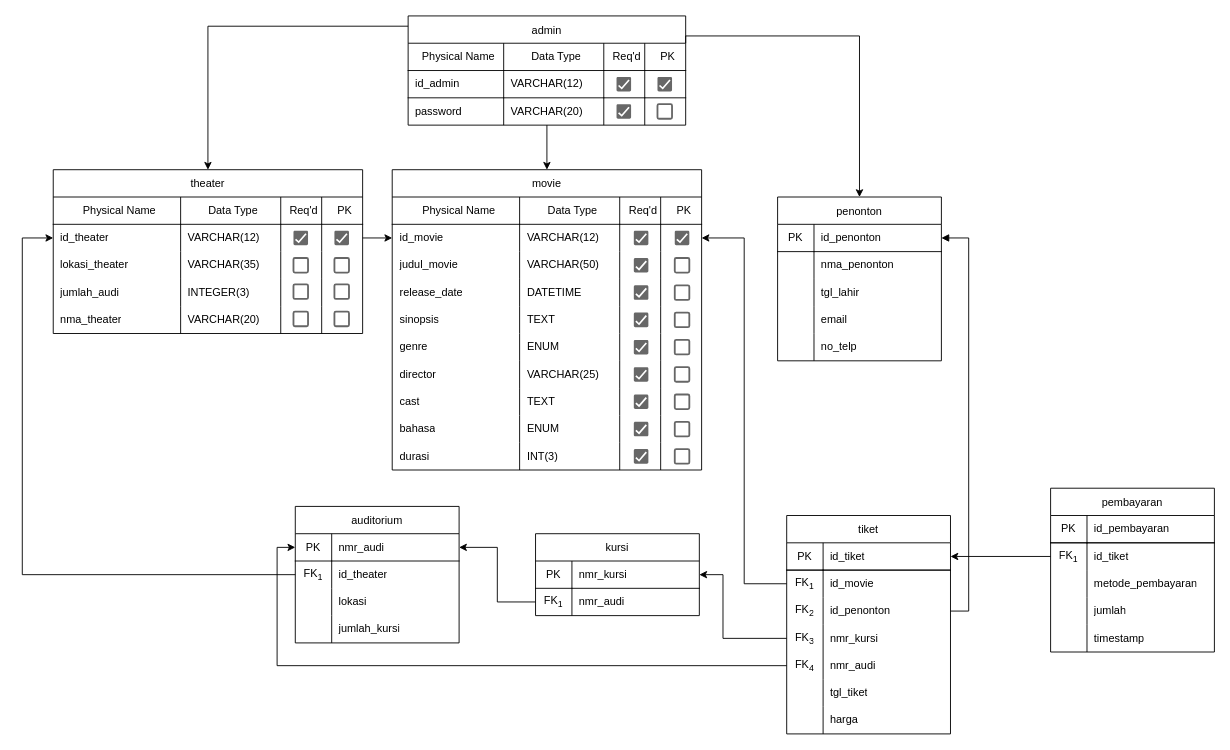
Earlier version of the draw.io diagram movie_pdm.drawio (vinnnna/sistem-basis-data). Source tidied: cells renumbered, new cells numbered last; positions are measured from the earlier drawing's top-left corner, leaving out a move shared by most shapes. Both pictures are drawn from the tidied source at 91%, with x=0, y=0 at pixel (22, 15).
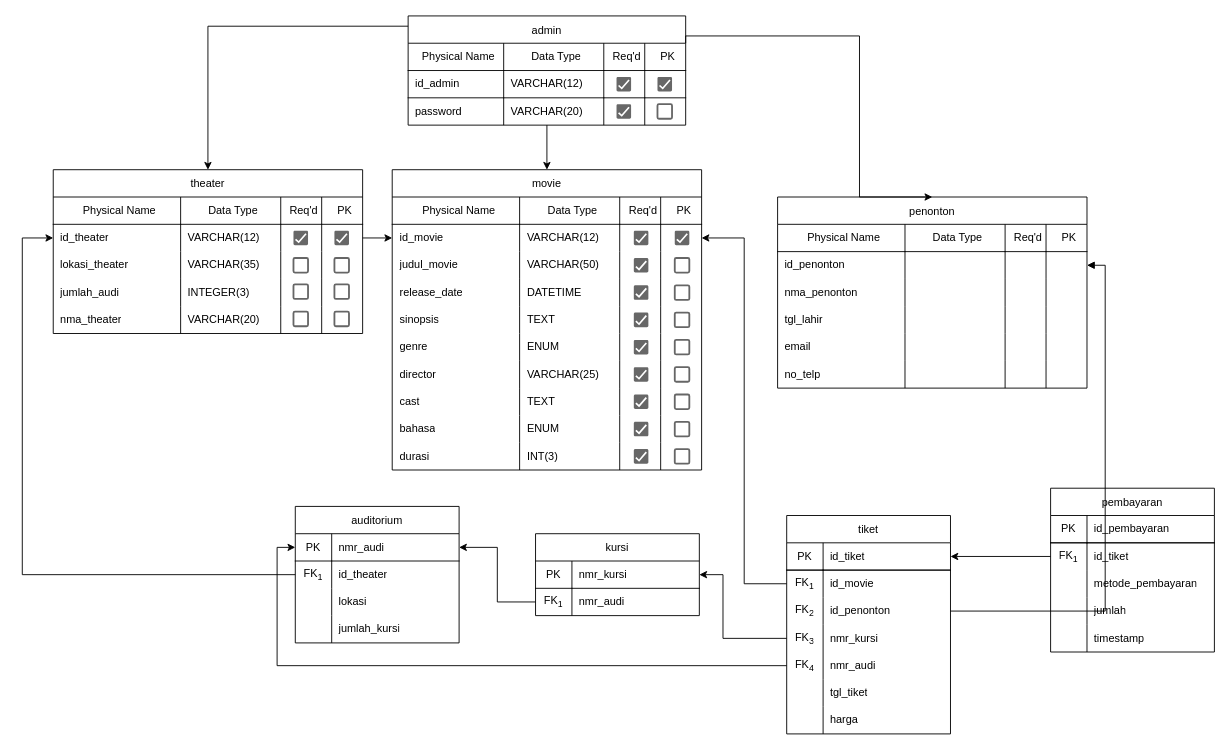
After the change.

The edit, as a diff of the source:
```diff
@@
     <mxCell id="117" value="penonton" style="shape=table;startSize=30;childLayout=tableLayout;rowLines=0;fontStyle=0;strokeColor=default;fontSize=12;" parent="1" vertex="1">
-      <mxGeometry x="830" y="199" width="180" height="180" as="geometry" />
+      <mxGeometry x="830" y="199" width="340" height="210" as="geometry" />
     </mxCell>
+    <mxCell id="210" style="shape=tableRow;horizontal=0;startSize=0;swimlaneHead=0;swimlaneBody=0;top=0;left=0;bottom=0;right=0;fillColor=none;strokeColor=inherit;fontSize=12;" parent="117" vertex="1">
+      <mxGeometry y="30" width="340" height="30" as="geometry" />
+    </mxCell>
+    <mxCell id="211" value="Physical Name" style="shape=partialRectangle;html=1;whiteSpace=wrap;fillColor=none;top=0;left=0;bottom=1;right=0;align=center;spacingLeft=6;overflow=hidden;strokeColor=inherit;fontSize=12;strokeWidth=1;" parent="210" vertex="1">
+      <mxGeometry width="140" height="30" as="geometry" />
+    </mxCell>
+    <mxCell id="212" value="Data Type" style="shape=partialRectangle;html=1;whiteSpace=wrap;fillColor=none;top=0;left=0;bottom=1;right=0;align=center;spacingLeft=6;overflow=hidden;strokeColor=inherit;fontSize=12;strokeWidth=1;" parent="210" vertex="1">
+      <mxGeometry x="140" width="110" height="30" as="geometry" />
+    </mxCell>
+    <mxCell id="213" value="Req'd" style="shape=partialRectangle;html=1;whiteSpace=wrap;fillColor=none;top=0;left=0;bottom=1;right=0;align=center;spacingLeft=6;overflow=hidden;strokeColor=inherit;fontSize=12;strokeWidth=1;" parent="210" vertex="1">
+      <mxGeometry x="250" width="45" height="30" as="geometry" />
+    </mxCell>
+    <mxCell id="119" value="PK" style="shape=partialRectangle;html=1;whiteSpace=wrap;fillColor=none;top=0;left=0;bottom=1;right=0;align=center;spacingLeft=6;overflow=hidden;strokeColor=inherit;fontSize=12;strokeWidth=1;" parent="210" vertex="1">
+      <mxGeometry x="295" width="45" height="30" as="geometry" />
+    </mxCell>
     <mxCell id="118" style="shape=tableRow;horizontal=0;startSize=0;swimlaneHead=0;swimlaneBody=0;top=0;left=0;bottom=0;right=0;fillColor=none;points=[[0,0.5],[1,0.5]];portConstraint=eastwest;strokeColor=inherit;fontSize=12;" parent="117" vertex="1">
-      <mxGeometry y="30" width="180" height="30" as="geometry" />
+      <mxGeometry y="60" width="340" height="30" as="geometry" />
     </mxCell>
-    <mxCell id="119" value="PK" style="shape=partialRectangle;html=1;whiteSpace=wrap;fillColor=none;top=0;left=0;bottom=1;right=0;overflow=hidden;strokeColor=inherit;fontSize=12;" parent="118" vertex="1">
-      <mxGeometry width="40" height="30" as="geometry" />
-    </mxCell>
-    <mxCell id="120" value="id_penonton" style="shape=partialRectangle;html=1;whiteSpace=wrap;fillColor=none;top=0;left=0;bottom=1;right=0;align=left;spacingLeft=6;overflow=hidden;strokeColor=inherit;fontSize=12;strokeWidth=1;" parent="118" vertex="1">
-      <mxGeometry x="40" width="140" height="30" as="geometry" />
+    <mxCell id="120" value="id_penonton" style="shape=partialRectangle;html=1;whiteSpace=wrap;fillColor=none;top=0;left=0;bottom=0;right=0;align=left;spacingLeft=6;overflow=hidden;strokeColor=inherit;fontSize=12;strokeWidth=1;" parent="118" vertex="1">
+      <mxGeometry width="140" height="30" as="geometry" />
     </mxCell>
+    <mxCell id="214" style="shape=partialRectangle;html=1;whiteSpace=wrap;fillColor=none;top=0;left=0;bottom=0;right=0;align=left;spacingLeft=6;overflow=hidden;strokeColor=inherit;fontSize=12;strokeWidth=1;" parent="118" vertex="1">
+      <mxGeometry x="140" width="110" height="30" as="geometry" />
+    </mxCell>
+    <mxCell id="215" style="shape=partialRectangle;html=1;whiteSpace=wrap;fillColor=none;top=0;left=0;bottom=0;right=0;align=left;spacingLeft=6;overflow=hidden;strokeColor=inherit;fontSize=12;strokeWidth=1;" parent="118" vertex="1">
+      <mxGeometry x="250" width="45" height="30" as="geometry" />
+    </mxCell>
+    <mxCell id="216" style="shape=partialRectangle;html=1;whiteSpace=wrap;fillColor=none;top=0;left=0;bottom=0;right=0;align=left;spacingLeft=6;overflow=hidden;strokeColor=inherit;fontSize=12;strokeWidth=1;" parent="118" vertex="1">
+      <mxGeometry x="295" width="45" height="30" as="geometry" />
+    </mxCell>
     <mxCell id="121" style="shape=tableRow;horizontal=0;startSize=0;swimlaneHead=0;swimlaneBody=0;top=0;left=0;bottom=0;right=0;fillColor=none;strokeColor=inherit;fontSize=12;" parent="117" vertex="1">
-      <mxGeometry y="60" width="180" height="30" as="geometry" />
+      <mxGeometry y="90" width="340" height="30" as="geometry" />
     </mxCell>
-    <mxCell id="122" style="shape=partialRectangle;html=1;whiteSpace=wrap;fillColor=none;top=0;left=0;bottom=0;right=0;overflow=hidden;strokeColor=inherit;fontSize=12;" parent="121" vertex="1">
-      <mxGeometry width="40" height="30" as="geometry" />
-    </mxCell>
     <mxCell id="123" value="nma_penonton" style="shape=partialRectangle;html=1;whiteSpace=wrap;fillColor=none;top=0;left=0;bottom=0;right=0;align=left;spacingLeft=6;overflow=hidden;strokeColor=inherit;fontSize=12;" parent="121" vertex="1">
-      <mxGeometry x="40" width="140" height="30" as="geometry" />
+      <mxGeometry width="140" height="30" as="geometry" />
     </mxCell>
+    <mxCell id="217" style="shape=partialRectangle;html=1;whiteSpace=wrap;fillColor=none;top=0;left=0;bottom=0;right=0;align=left;spacingLeft=6;overflow=hidden;strokeColor=inherit;fontSize=12;" parent="121" vertex="1">
+      <mxGeometry x="140" width="110" height="30" as="geometry" />
+    </mxCell>
+    <mxCell id="218" style="shape=partialRectangle;html=1;whiteSpace=wrap;fillColor=none;top=0;left=0;bottom=0;right=0;align=left;spacingLeft=6;overflow=hidden;strokeColor=inherit;fontSize=12;" parent="121" vertex="1">
+      <mxGeometry x="250" width="45" height="30" as="geometry" />
+    </mxCell>
+    <mxCell id="219" style="shape=partialRectangle;html=1;whiteSpace=wrap;fillColor=none;top=0;left=0;bottom=0;right=0;align=left;spacingLeft=6;overflow=hidden;strokeColor=inherit;fontSize=12;" parent="121" vertex="1">
+      <mxGeometry x="295" width="45" height="30" as="geometry" />
+    </mxCell>
     <mxCell id="124" style="shape=tableRow;horizontal=0;startSize=0;swimlaneHead=0;swimlaneBody=0;top=0;left=0;bottom=0;right=0;fillColor=none;strokeColor=inherit;fontSize=12;" parent="117" vertex="1">
-      <mxGeometry y="90" width="180" height="30" as="geometry" />
+      <mxGeometry y="120" width="340" height="30" as="geometry" />
     </mxCell>
-    <mxCell id="125" style="shape=partialRectangle;html=1;whiteSpace=wrap;fillColor=none;top=0;left=0;bottom=0;right=0;overflow=hidden;strokeColor=inherit;fontSize=12;" parent="124" vertex="1">
-      <mxGeometry width="40" height="30" as="geometry" />
-    </mxCell>
     <mxCell id="126" value="tgl_lahir" style="shape=partialRectangle;html=1;whiteSpace=wrap;fillColor=none;top=0;left=0;bottom=0;right=0;align=left;spacingLeft=6;overflow=hidden;strokeColor=inherit;fontSize=12;" parent="124" vertex="1">
-      <mxGeometry x="40" width="140" height="30" as="geometry" />
+      <mxGeometry width="140" height="30" as="geometry" />
     </mxCell>
+    <mxCell id="220" style="shape=partialRectangle;html=1;whiteSpace=wrap;fillColor=none;top=0;left=0;bottom=0;right=0;align=left;spacingLeft=6;overflow=hidden;strokeColor=inherit;fontSize=12;" parent="124" vertex="1">
+      <mxGeometry x="140" width="110" height="30" as="geometry" />
+    </mxCell>
+    <mxCell id="221" style="shape=partialRectangle;html=1;whiteSpace=wrap;fillColor=none;top=0;left=0;bottom=0;right=0;align=left;spacingLeft=6;overflow=hidden;strokeColor=inherit;fontSize=12;" parent="124" vertex="1">
+      <mxGeometry x="250" width="45" height="30" as="geometry" />
+    </mxCell>
+    <mxCell id="222" style="shape=partialRectangle;html=1;whiteSpace=wrap;fillColor=none;top=0;left=0;bottom=0;right=0;align=left;spacingLeft=6;overflow=hidden;strokeColor=inherit;fontSize=12;" parent="124" vertex="1">
+      <mxGeometry x="295" width="45" height="30" as="geometry" />
+    </mxCell>
     <mxCell id="127" style="shape=tableRow;horizontal=0;startSize=0;swimlaneHead=0;swimlaneBody=0;top=0;left=0;bottom=0;right=0;fillColor=none;strokeColor=inherit;fontSize=12;" parent="117" vertex="1">
-      <mxGeometry y="120" width="180" height="30" as="geometry" />
+      <mxGeometry y="150" width="340" height="30" as="geometry" />
     </mxCell>
-    <mxCell id="128" style="shape=partialRectangle;html=1;whiteSpace=wrap;fillColor=none;top=0;left=0;bottom=0;right=0;overflow=hidden;strokeColor=inherit;fontSize=12;" parent="127" vertex="1">
-      <mxGeometry width="40" height="30" as="geometry" />
-    </mxCell>
     <mxCell id="129" value="email" style="shape=partialRectangle;html=1;whiteSpace=wrap;fillColor=none;top=0;left=0;bottom=0;right=0;align=left;spacingLeft=6;overflow=hidden;strokeColor=inherit;fontSize=12;" parent="127" vertex="1">
-      <mxGeometry x="40" width="140" height="30" as="geometry" />
+      <mxGeometry width="140" height="30" as="geometry" />
     </mxCell>
+    <mxCell id="223" style="shape=partialRectangle;html=1;whiteSpace=wrap;fillColor=none;top=0;left=0;bottom=0;right=0;align=left;spacingLeft=6;overflow=hidden;strokeColor=inherit;fontSize=12;" parent="127" vertex="1">
+      <mxGeometry x="140" width="110" height="30" as="geometry" />
+    </mxCell>
+    <mxCell id="224" style="shape=partialRectangle;html=1;whiteSpace=wrap;fillColor=none;top=0;left=0;bottom=0;right=0;align=left;spacingLeft=6;overflow=hidden;strokeColor=inherit;fontSize=12;" parent="127" vertex="1">
+      <mxGeometry x="250" width="45" height="30" as="geometry" />
+    </mxCell>
+    <mxCell id="225" style="shape=partialRectangle;html=1;whiteSpace=wrap;fillColor=none;top=0;left=0;bottom=0;right=0;align=left;spacingLeft=6;overflow=hidden;strokeColor=inherit;fontSize=12;" parent="127" vertex="1">
+      <mxGeometry x="295" width="45" height="30" as="geometry" />
+    </mxCell>
     <mxCell id="130" style="shape=tableRow;horizontal=0;startSize=0;swimlaneHead=0;swimlaneBody=0;top=0;left=0;bottom=0;right=0;fillColor=none;strokeColor=inherit;fontSize=12;" parent="117" vertex="1">
-      <mxGeometry y="150" width="180" height="30" as="geometry" />
+      <mxGeometry y="180" width="340" height="30" as="geometry" />
     </mxCell>
-    <mxCell id="131" style="shape=partialRectangle;html=1;whiteSpace=wrap;fillColor=none;top=0;left=0;bottom=0;right=0;overflow=hidden;strokeColor=inherit;fontSize=12;" parent="130" vertex="1">
-      <mxGeometry width="40" height="30" as="geometry" />
-    </mxCell>
     <mxCell id="132" value="no_telp" style="shape=partialRectangle;html=1;whiteSpace=wrap;fillColor=none;top=0;left=0;bottom=0;right=0;align=left;spacingLeft=6;overflow=hidden;strokeColor=inherit;fontSize=12;" parent="130" vertex="1">
-      <mxGeometry x="40" width="140" height="30" as="geometry" />
+      <mxGeometry width="140" height="30" as="geometry" />
     </mxCell>
+    <mxCell id="226" style="shape=partialRectangle;html=1;whiteSpace=wrap;fillColor=none;top=0;left=0;bottom=0;right=0;align=left;spacingLeft=6;overflow=hidden;strokeColor=inherit;fontSize=12;" parent="130" vertex="1">
+      <mxGeometry x="140" width="110" height="30" as="geometry" />
+    </mxCell>
+    <mxCell id="227" style="shape=partialRectangle;html=1;whiteSpace=wrap;fillColor=none;top=0;left=0;bottom=0;right=0;align=left;spacingLeft=6;overflow=hidden;strokeColor=inherit;fontSize=12;" parent="130" vertex="1">
+      <mxGeometry x="250" width="45" height="30" as="geometry" />
+    </mxCell>
+    <mxCell id="228" style="shape=partialRectangle;html=1;whiteSpace=wrap;fillColor=none;top=0;left=0;bottom=0;right=0;align=left;spacingLeft=6;overflow=hidden;strokeColor=inherit;fontSize=12;" parent="130" vertex="1">
+      <mxGeometry x="295" width="45" height="30" as="geometry" />
+    </mxCell>
```
